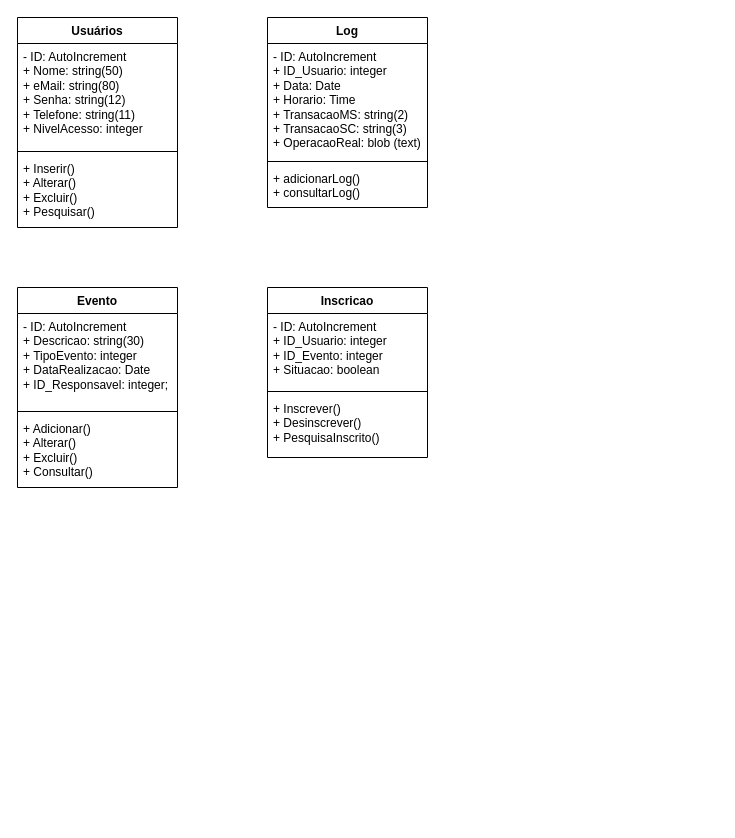
The draw.io diagram DiagramaClasses.drawio in DouglasRibeiro23/Certificados, before the edit. Source tidied: cells renumbered, new cells numbered last; positions are measured from the earlier drawing's top-left corner, leaving out a move shared by most shapes. Both pictures are drawn from the tidied source at 100%, with x=0, y=0 at pixel (17, 17).
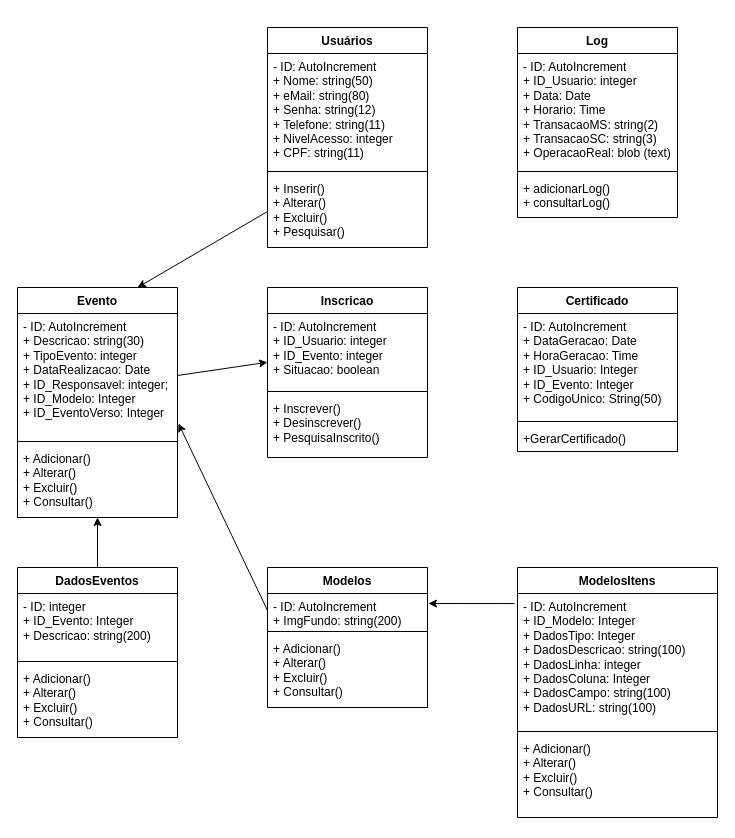
Above is the later version.

Unchanged cells that the change refers to:
```xml
<mxCell id="15" value="- ID: AutoIncrement&lt;br&gt;+ ID_Usuario: integer&lt;br&gt;+ ID_Evento: integer&lt;br&gt;+ Situacao: boolean&lt;br&gt;" style="text;strokeColor=none;fillColor=none;align=left;verticalAlign=top;spacingLeft=4;spacingRight=4;overflow=hidden;points=[[0,0.5],[1,0.5]];portConstraint=eastwest;whiteSpace=wrap;html=1;" parent="14" vertex="1">
  <mxGeometry y="26" width="160" height="74" as="geometry" />
</mxCell>
```

Diff of the diagram source:
```diff
@@
     <mxCell id="2" value="Usuários" style="swimlane;fontStyle=1;align=center;verticalAlign=top;horizontal=1;startSize=26;whiteSpace=wrap;html=1;" parent="1" vertex="1">
-      <mxGeometry width="160" height="210" as="geometry" />
+      <mxGeometry x="250" y="10" width="160" height="220" as="geometry" />
     </mxCell>
-    <mxCell id="3" value="- ID: AutoIncrement&lt;br&gt;+ Nome: string(50)&lt;br&gt;+ eMail: string(80)&lt;br&gt;+ Senha: string(12)&lt;br&gt;+ Telefone: string(11)&lt;br&gt;+ NivelAcesso: integer" style="text;strokeColor=none;fillColor=none;align=left;verticalAlign=top;spacingLeft=4;spacingRight=4;overflow=hidden;whiteSpace=wrap;html=1;" parent="2" vertex="1">
-      <mxGeometry y="26" width="160" height="104" as="geometry" />
+    <mxCell id="3" value="- ID: AutoIncrement&lt;br&gt;+ Nome: string(50)&lt;br&gt;+ eMail: string(80)&lt;br&gt;+ Senha: string(12)&lt;br&gt;+ Telefone: string(11)&lt;br&gt;+ NivelAcesso: integer&lt;br&gt;+ CPF: string(11)" style="text;strokeColor=none;fillColor=none;align=left;verticalAlign=top;spacingLeft=4;spacingRight=4;overflow=hidden;whiteSpace=wrap;html=1;" parent="2" vertex="1">
+      <mxGeometry y="26" width="160" height="114" as="geometry" />
     </mxCell>
     <mxCell id="4" style="line;strokeWidth=1;fillColor=none;align=left;verticalAlign=middle;spacingTop=-1;spacingLeft=3;spacingRight=3;labelPosition=right;strokeColor=inherit;" parent="2" vertex="1">
-      <mxGeometry y="130" width="160" height="8" as="geometry" />
+      <mxGeometry y="140" width="160" height="8" as="geometry" />
     </mxCell>
     <mxCell id="5" value="+ Inserir()&lt;br&gt;+ Alterar()&lt;br&gt;+ Excluir()&lt;br&gt;+ Pesquisar()" style="text;strokeColor=none;fillColor=none;align=left;verticalAlign=top;spacingLeft=4;spacingRight=4;overflow=hidden;points=[[0,0.5],[1,0.5]];portConstraint=eastwest;whiteSpace=wrap;html=1;" parent="2" vertex="1">
-      <mxGeometry y="138" width="160" height="72" as="geometry" />
+      <mxGeometry y="148" width="160" height="72" as="geometry" />
     </mxCell>
     <mxCell id="6" value="Log" style="swimlane;fontStyle=1;align=center;verticalAlign=top;horizontal=1;startSize=26;whiteSpace=wrap;html=1;" parent="1" vertex="1">
-      <mxGeometry x="250" width="160" height="190" as="geometry" />
+      <mxGeometry x="500" y="10" width="160" height="190" as="geometry" />
     </mxCell>
@@
     <mxCell id="10" value="Evento" style="swimlane;fontStyle=1;align=center;verticalAlign=top;horizontal=1;startSize=26;whiteSpace=wrap;html=1;" parent="1" vertex="1">
-      <mxGeometry y="270" width="160" height="200" as="geometry" />
+      <mxGeometry y="270" width="160" height="230" as="geometry" />
     </mxCell>
-    <mxCell id="11" value="- ID: AutoIncrement&lt;br&gt;+ Descricao: string(30)&lt;br&gt;+ TipoEvento: integer&lt;br&gt;+ DataRealizacao: Date&lt;br&gt;+ ID_Responsavel: integer;" style="text;strokeColor=none;fillColor=none;align=left;verticalAlign=top;spacingLeft=4;spacingRight=4;overflow=hidden;points=[[0,0.5],[1,0.5]];portConstraint=eastwest;whiteSpace=wrap;html=1;" parent="10" vertex="1">
-      <mxGeometry y="26" width="160" height="94" as="geometry" />
+    <mxCell id="11" value="- ID: AutoIncrement&lt;br&gt;+ Descricao: string(30)&lt;br&gt;+ TipoEvento: integer&lt;br&gt;+ DataRealizacao: Date&lt;br&gt;+ ID_Responsavel: integer;&lt;br&gt;+ ID_Modelo: Integer&lt;br&gt;+ ID_EventoVerso: Integer" style="text;strokeColor=none;fillColor=none;align=left;verticalAlign=top;spacingLeft=4;spacingRight=4;overflow=hidden;points=[[0,0.5],[1,0.5]];portConstraint=eastwest;whiteSpace=wrap;html=1;" parent="10" vertex="1">
+      <mxGeometry y="26" width="160" height="124" as="geometry" />
     </mxCell>
     <mxCell id="12" style="line;strokeWidth=1;fillColor=none;align=left;verticalAlign=middle;spacingTop=-1;spacingLeft=3;spacingRight=3;labelPosition=right;strokeColor=inherit;" parent="10" vertex="1">
-      <mxGeometry y="120" width="160" height="8" as="geometry" />
+      <mxGeometry y="150" width="160" height="8" as="geometry" />
     </mxCell>
     <mxCell id="13" value="+ Adicionar()&lt;br&gt;+ Alterar()&lt;br&gt;+ Excluir()&lt;br&gt;+ Consultar()" style="text;strokeColor=none;fillColor=none;align=left;verticalAlign=top;spacingLeft=4;spacingRight=4;overflow=hidden;points=[[0,0.5],[1,0.5]];portConstraint=eastwest;whiteSpace=wrap;html=1;" parent="10" vertex="1">
-      <mxGeometry y="128" width="160" height="72" as="geometry" />
+      <mxGeometry y="158" width="160" height="72" as="geometry" />
     </mxCell>
@@
+    <mxCell id="18" value="Certificado" style="swimlane;fontStyle=1;align=center;verticalAlign=top;horizontal=1;startSize=26;whiteSpace=wrap;html=1;" parent="1" vertex="1">
+      <mxGeometry x="500" y="270" width="160" height="164" as="geometry" />
+    </mxCell>
+    <mxCell id="19" value="- ID: AutoIncrement&lt;br&gt;+ DataGeracao: Date&lt;br&gt;+ HoraGeracao: Time&lt;br&gt;+ ID_Usuario: Integer&lt;br&gt;+ ID_Evento: Integer&lt;br&gt;+ CodigoUnico: String(50)" style="text;strokeColor=none;fillColor=none;align=left;verticalAlign=top;spacingLeft=4;spacingRight=4;overflow=hidden;whiteSpace=wrap;html=1;" parent="18" vertex="1">
+      <mxGeometry y="26" width="160" height="104" as="geometry" />
+    </mxCell>
+    <mxCell id="20" style="line;strokeWidth=1;fillColor=none;align=left;verticalAlign=middle;spacingTop=-1;spacingLeft=3;spacingRight=3;labelPosition=right;strokeColor=inherit;" parent="18" vertex="1">
+      <mxGeometry y="130" width="160" height="8" as="geometry" />
+    </mxCell>
+    <mxCell id="21" value="+GerarCertificado()" style="text;strokeColor=none;fillColor=none;align=left;verticalAlign=top;spacingLeft=4;spacingRight=4;overflow=hidden;whiteSpace=wrap;html=1;" parent="18" vertex="1">
+      <mxGeometry y="138" width="160" height="26" as="geometry" />
+    </mxCell>
+    <mxCell id="22" style="edgeStyle=none;rounded=0;jettySize=auto;html=1;" parent="1" edge="1" source="23" target="13">
+      <mxGeometry relative="1" as="geometry" />
+    </mxCell>
+    <mxCell id="23" value="DadosEventos" style="swimlane;fontStyle=1;align=center;verticalAlign=top;horizontal=1;startSize=26;whiteSpace=wrap;html=1;" parent="1" vertex="1">
+      <mxGeometry y="550" width="160" height="170" as="geometry" />
+    </mxCell>
+    <mxCell id="24" value="- ID: integer&lt;br&gt;+ ID_Evento: Integer&lt;br&gt;+ Descricao: string(200)" style="text;strokeColor=none;fillColor=none;align=left;verticalAlign=top;spacingLeft=4;spacingRight=4;overflow=hidden;whiteSpace=wrap;html=1;" parent="23" vertex="1">
+      <mxGeometry y="26" width="160" height="64" as="geometry" />
+    </mxCell>
+    <mxCell id="25" style="line;strokeWidth=1;fillColor=none;align=left;verticalAlign=middle;spacingTop=-1;spacingLeft=3;spacingRight=3;labelPosition=right;strokeColor=inherit;" parent="23" vertex="1">
+      <mxGeometry y="90" width="160" height="8" as="geometry" />
+    </mxCell>
+    <mxCell id="26" value="+ Adicionar()&lt;br&gt;+ Alterar()&lt;br&gt;+ Excluir()&lt;br&gt;+ Consultar()" style="text;strokeColor=none;fillColor=none;align=left;verticalAlign=top;spacingLeft=4;spacingRight=4;overflow=hidden;whiteSpace=wrap;html=1;" parent="23" vertex="1">
+      <mxGeometry y="98" width="160" height="72" as="geometry" />
+    </mxCell>
+    <mxCell id="27" value="Modelos" style="swimlane;fontStyle=1;align=center;verticalAlign=top;horizontal=1;startSize=26;whiteSpace=wrap;html=1;" parent="1" vertex="1">
+      <mxGeometry x="250" y="550" width="160" height="140" as="geometry" />
+    </mxCell>
+    <mxCell id="28" value="- ID: AutoIncrement&lt;br&gt;+ ImgFundo: string(200)" style="text;strokeColor=none;fillColor=none;align=left;verticalAlign=top;spacingLeft=4;spacingRight=4;overflow=hidden;points=[[0,0.5],[1,0.5]];portConstraint=eastwest;whiteSpace=wrap;html=1;" parent="27" vertex="1">
+      <mxGeometry y="26" width="160" height="34" as="geometry" />
+    </mxCell>
+    <mxCell id="29" style="line;strokeWidth=1;fillColor=none;align=left;verticalAlign=middle;spacingTop=-1;spacingLeft=3;spacingRight=3;labelPosition=right;strokeColor=inherit;" parent="27" vertex="1">
+      <mxGeometry y="60" width="160" height="8" as="geometry" />
+    </mxCell>
+    <mxCell id="30" value="+ Adicionar()&lt;br&gt;+ Alterar()&lt;br&gt;+ Excluir()&lt;br&gt;+ Consultar()" style="text;strokeColor=none;fillColor=none;align=left;verticalAlign=top;spacingLeft=4;spacingRight=4;overflow=hidden;whiteSpace=wrap;html=1;" parent="27" vertex="1">
+      <mxGeometry y="68" width="160" height="72" as="geometry" />
+    </mxCell>
+    <mxCell id="31" value="ModelosItens" style="swimlane;fontStyle=1;align=center;verticalAlign=top;horizontal=1;startSize=26;whiteSpace=wrap;html=1;" parent="1" vertex="1">
+      <mxGeometry x="500" y="550" width="200" height="250" as="geometry" />
+    </mxCell>
+    <mxCell id="32" value="- ID: AutoIncrement&lt;br&gt;+ ID_Modelo: Integer&lt;br&gt;+ DadosTipo: Integer&lt;br&gt;+ DadosDescricao: string(100)&lt;br&gt;+ DadosLinha: integer&lt;br&gt;+ DadosColuna: Integer&lt;br&gt;+ DadosCampo: string(100)&lt;br&gt;+ DadosURL: string(100)" style="text;strokeColor=none;fillColor=none;align=left;verticalAlign=top;spacingLeft=4;spacingRight=4;overflow=hidden;points=[[0,0.5],[1,0.5]];portConstraint=eastwest;whiteSpace=wrap;html=1;" parent="31" vertex="1">
+      <mxGeometry y="26" width="200" height="134" as="geometry" />
+    </mxCell>
+    <mxCell id="33" style="line;strokeWidth=1;fillColor=none;align=left;verticalAlign=middle;spacingTop=-1;spacingLeft=3;spacingRight=3;labelPosition=right;strokeColor=inherit;" parent="31" vertex="1">
+      <mxGeometry y="160" width="200" height="8" as="geometry" />
+    </mxCell>
+    <mxCell id="34" value="+ Adicionar()&lt;br&gt;+ Alterar()&lt;br&gt;+ Excluir()&lt;br&gt;+ Consultar()" style="text;strokeColor=none;fillColor=none;align=left;verticalAlign=top;spacingLeft=4;spacingRight=4;overflow=hidden;whiteSpace=wrap;html=1;" parent="31" vertex="1">
+      <mxGeometry y="168" width="200" height="82" as="geometry" />
+    </mxCell>
+    <mxCell id="35" style="edgeStyle=none;rounded=0;jettySize=auto;html=1;exitX=-0.015;exitY=0.075;exitDx=0;exitDy=0;entryX=1.006;entryY=0.294;entryDx=0;entryDy=0;entryPerimeter=0;exitPerimeter=0;" parent="1" edge="1" source="32" target="28">
+      <mxGeometry relative="1" as="geometry" />
+    </mxCell>
+    <mxCell id="36" style="rounded=0;jettySize=auto;html=1;exitX=0;exitY=0.5;exitDx=0;exitDy=0;entryX=1.006;entryY=0.887;entryDx=0;entryDy=0;entryPerimeter=0;" parent="1" edge="1" source="28" target="11">
+      <mxGeometry relative="1" as="geometry" />
+    </mxCell>
+    <mxCell id="37" style="edgeStyle=none;rounded=0;jettySize=auto;html=1;exitX=1;exitY=0.5;exitDx=0;exitDy=0;" parent="1" edge="1" source="11" target="15">
+      <mxGeometry relative="1" as="geometry" />
+    </mxCell>
+    <mxCell id="38" style="edgeStyle=none;rounded=0;jettySize=auto;html=1;exitX=0;exitY=0.5;exitDx=0;exitDy=0;entryX=0.75;entryY=0;entryDx=0;entryDy=0;" parent="1" edge="1" source="5" target="10">
+      <mxGeometry relative="1" as="geometry" />
+    </mxCell>
```
